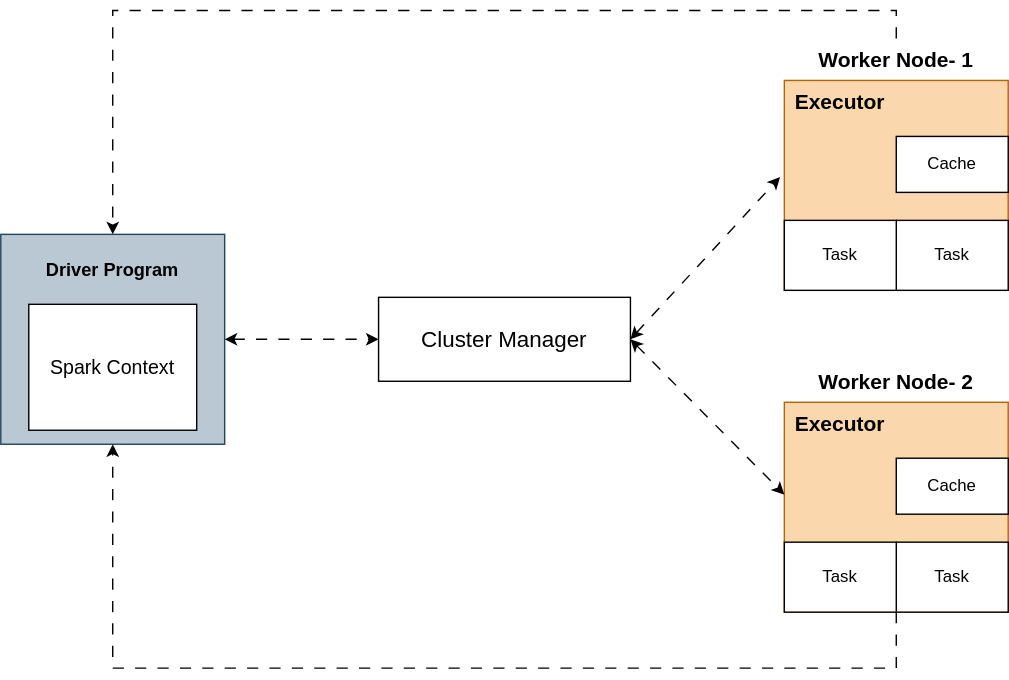
nakibworkspace/AS-Lab-01 keeps this draw.io diagram as image/image1.svg. Above is the earlier version. Source tidied: cells renumbered, new cells last; positions are measured from the earlier drawing's top-left corner, leaving out a move shared by most shapes.
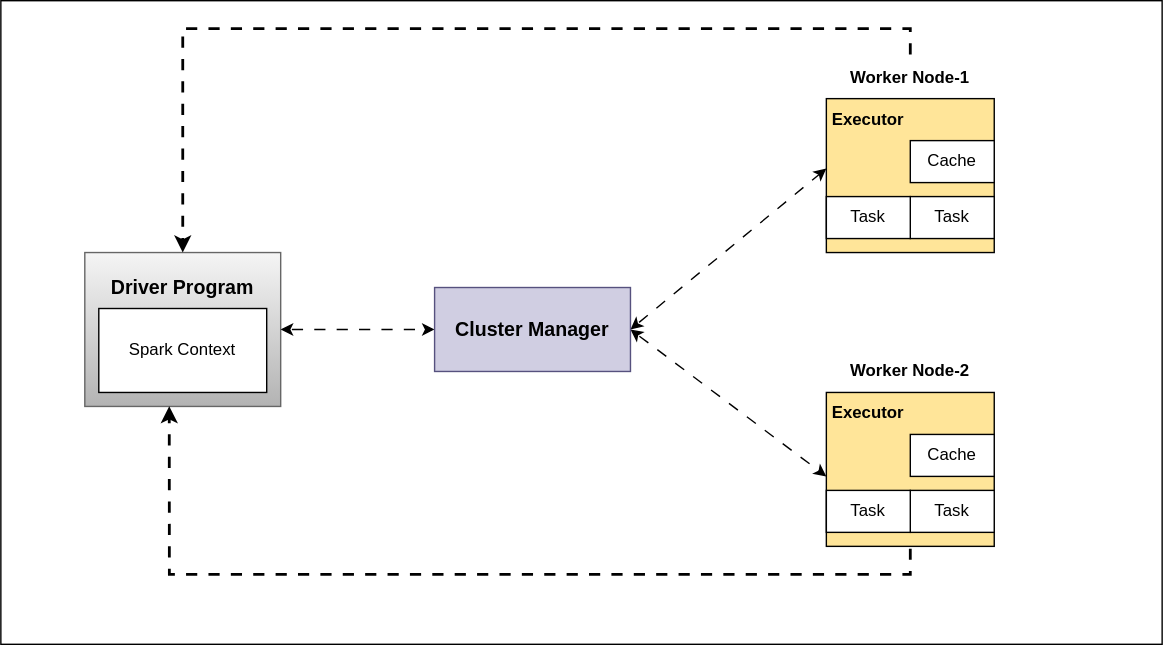
Later version of the same file.

Change to the diagram source:
```diff
@@ -2,87 +2,88 @@
   <root>
     <mxCell id="0" />
     <mxCell id="1" parent="0" />
-    <mxCell id="2" style="rounded=0;whiteSpace=wrap;html=1;fillColor=#bac8d3;strokeColor=#23445d;" parent="1" vertex="1">
-      <mxGeometry y="160" width="160" height="150" as="geometry" />
-    </mxCell>
+    <mxCell id="25" style="rounded=0;whiteSpace=wrap;html=1;" parent="1" vertex="1">
+      <mxGeometry x="-40" width="830" height="460" as="geometry" />
+    </mxCell>
+    <mxCell id="26" style="rounded=0;whiteSpace=wrap;html=1;fillColor=#f5f5f5;strokeColor=#666666;gradientColor=#b3b3b3;" parent="1" vertex="1">
+      <mxGeometry x="20" y="180" width="140" height="110" as="geometry" />
+    </mxCell>
+    <mxCell id="27" style="rounded=0;whiteSpace=wrap;html=1;" parent="1" vertex="1">
+      <mxGeometry x="30" y="220" width="120" height="60" as="geometry" />
+    </mxCell>
+    <mxCell id="28" style="group;" parent="1" vertex="1">
+      <mxGeometry x="35" y="190" width="110" height="75" as="geometry" />
+    </mxCell>
+    <mxCell id="4" value="Driver Program" style="text;html=1;align=center;verticalAlign=middle;whiteSpace=wrap;rounded=0;fontStyle=1;fontSize=14;" parent="28" vertex="1">
+      <mxGeometry width="110" height="30" as="geometry" />
+    </mxCell>
-    <mxCell id="3" value="&lt;font style=&quot;font-size: 14px;&quot;&gt;Spark Context&lt;/font&gt;" style="rounded=0;whiteSpace=wrap;html=1;" parent="1" vertex="1">
-      <mxGeometry x="20" y="210" width="120" height="90" as="geometry" />
+    <mxCell id="3" value="Spark Context" style="text;html=1;align=center;verticalAlign=middle;whiteSpace=wrap;rounded=0;" parent="28" vertex="1">
+      <mxGeometry x="10" y="45" width="90" height="30" as="geometry" />
     </mxCell>
-    <mxCell id="4" value="&lt;font style=&quot;font-size: 13px;&quot;&gt;Driver Program&lt;/font&gt;" style="text;html=1;align=center;verticalAlign=middle;whiteSpace=wrap;rounded=0;fontStyle=1;" parent="1" vertex="1">
-      <mxGeometry x="30" y="170" width="100" height="30" as="geometry" />
-    </mxCell>
+    <mxCell id="29" style="endArrow=classic;startArrow=classic;html=1;rounded=0;exitX=1;exitY=0.5;exitDx=0;exitDy=0;entryX=0;entryY=0.5;entryDx=0;entryDy=0;flowAnimation=1;" parent="1" edge="1" source="26">
+      <mxGeometry relative="1" as="geometry">
+        <mxPoint x="270" y="235" as="targetPoint" />
+      </mxGeometry>
+    </mxCell>
+    <mxCell id="30" style="endArrow=classic;startArrow=classic;html=1;rounded=0;exitX=1;exitY=0.5;exitDx=0;exitDy=0;flowAnimation=1;" parent="1" edge="1">
+      <mxGeometry relative="1" as="geometry">
+        <mxPoint x="410" y="235" as="sourcePoint" />
+        <mxPoint x="550" y="340" as="targetPoint" />
+      </mxGeometry>
+    </mxCell>
+    <mxCell id="31" style="endArrow=classic;startArrow=classic;html=1;rounded=0;exitX=1;exitY=0.5;exitDx=0;exitDy=0;flowAnimation=1;" parent="1" edge="1">
+      <mxGeometry relative="1" as="geometry">
+        <mxPoint x="410" y="235" as="sourcePoint" />
+        <mxPoint x="550" y="120" as="targetPoint" />
+      </mxGeometry>
+    </mxCell>
+    <mxCell id="32" style="rounded=0;whiteSpace=wrap;html=1;fillColor=#FFE599;" parent="1" vertex="1">
+      <mxGeometry x="550" y="280" width="120" height="110" as="geometry" />
+    </mxCell>
+    <mxCell id="33" value="Task" style="rounded=0;whiteSpace=wrap;html=1;" parent="1" vertex="1">
+      <mxGeometry x="610" y="350" width="60" height="30" as="geometry" />
+    </mxCell>
+    <mxCell id="34" value="Executor" style="text;html=1;align=center;verticalAlign=middle;whiteSpace=wrap;rounded=0;fontStyle=1;" parent="1" vertex="1">
+      <mxGeometry x="550" y="280" width="60" height="30" as="geometry" />
+    </mxCell>
+    <mxCell id="35" value="Task" style="rounded=0;whiteSpace=wrap;html=1;" parent="1" vertex="1">
+      <mxGeometry x="550" y="350" width="60" height="30" as="geometry" />
+    </mxCell>
+    <mxCell id="36" value="Cache" style="rounded=0;whiteSpace=wrap;html=1;" parent="1" vertex="1">
+      <mxGeometry x="610" y="310" width="60" height="30" as="geometry" />
+    </mxCell>
+    <mxCell id="37" value="Worker Node-2" style="text;html=1;align=center;verticalAlign=middle;whiteSpace=wrap;rounded=0;fontStyle=1;" parent="1" vertex="1">
+      <mxGeometry x="550" y="250" width="120" height="30" as="geometry" />
+    </mxCell>
+    <mxCell id="38" style="group;" parent="1" vertex="1">
+      <mxGeometry x="550" y="70" width="120" height="110" as="geometry" />
+    </mxCell>
+    <mxCell id="39" style="rounded=0;whiteSpace=wrap;html=1;fillColor=#FFE599;" parent="38" vertex="1">
+      <mxGeometry width="120" height="110" as="geometry" />
+    </mxCell>
+    <mxCell id="40" value="Task" style="rounded=0;whiteSpace=wrap;html=1;" parent="38" vertex="1">
+      <mxGeometry x="60" y="70" width="60" height="30" as="geometry" />
+    </mxCell>
+    <mxCell id="41" value="Executor" style="text;html=1;align=center;verticalAlign=middle;whiteSpace=wrap;rounded=0;fontStyle=1;" parent="38" vertex="1">
+      <mxGeometry width="60" height="30" as="geometry" />
+    </mxCell>
+    <mxCell id="42" value="Task" style="rounded=0;whiteSpace=wrap;html=1;" parent="38" vertex="1">
+      <mxGeometry y="70" width="60" height="30" as="geometry" />
+    </mxCell>
+    <mxCell id="43" value="Cache" style="rounded=0;whiteSpace=wrap;html=1;" parent="38" vertex="1">
+      <mxGeometry x="60" y="30" width="60" height="30" as="geometry" />
+    </mxCell>
+    <mxCell id="44" style="edgeStyle=orthogonalEdgeStyle;rounded=0;jettySize=auto;html=1;exitX=0.5;exitY=0;exitDx=0;exitDy=0;entryX=0.5;entryY=0;entryDx=0;entryDy=0;flowAnimation=1;strokeWidth=2;" parent="1" edge="1" source="45" target="26">
+      <mxGeometry relative="1" as="geometry" />
+    </mxCell>
+    <mxCell id="45" value="Worker Node-1" style="text;html=1;align=center;verticalAlign=middle;whiteSpace=wrap;rounded=0;fontStyle=1;" parent="1" vertex="1">
+      <mxGeometry x="550" y="40" width="120" height="30" as="geometry" />
+    </mxCell>
-    <mxCell id="5" value="&lt;font style=&quot;font-size: 16px;&quot;&gt;Cluster Manager&lt;/font&gt;" style="rounded=0;whiteSpace=wrap;html=1;" parent="1" vertex="1">
-      <mxGeometry x="270" y="205" width="180" height="60" as="geometry" />
+    <mxCell id="5" value="&lt;b&gt;&lt;font style=&quot;font-size: 14px;&quot;&gt;Cluster Manager&lt;/font&gt;&lt;/b&gt;" style="rounded=0;whiteSpace=wrap;html=1;fillColor=#d0cee2;strokeColor=#56517e;" parent="1" vertex="1">
+      <mxGeometry x="270" y="205" width="140" height="60" as="geometry" />
     </mxCell>
-    <mxCell id="6" style="group;" parent="1" vertex="1">
-      <mxGeometry x="560" y="50" width="160" height="150" as="geometry" />
-    </mxCell>
-    <mxCell id="7" style="rounded=0;whiteSpace=wrap;html=1;fillColor=#fad7ac;strokeColor=#b46504;" parent="6" vertex="1">
-      <mxGeometry width="160" height="150" as="geometry" />
-    </mxCell>
-    <mxCell id="8" value="Task" style="rounded=0;whiteSpace=wrap;html=1;" parent="6" vertex="1">
-      <mxGeometry x="80" y="100" width="80" height="50" as="geometry" />
-    </mxCell>
-    <mxCell id="9" value="Task" style="rounded=0;whiteSpace=wrap;html=1;" parent="6" vertex="1">
-      <mxGeometry y="100" width="80" height="50" as="geometry" />
-    </mxCell>
-    <mxCell id="10" value="Cache" style="rounded=0;whiteSpace=wrap;html=1;" parent="6" vertex="1">
-      <mxGeometry x="80" y="40" width="80" height="40" as="geometry" />
-    </mxCell>
-    <mxCell id="11" value="&lt;b&gt;&lt;font style=&quot;font-size: 15px;&quot;&gt;Executor&lt;/font&gt;&lt;/b&gt;" style="text;html=1;align=center;verticalAlign=middle;whiteSpace=wrap;rounded=0;" parent="6" vertex="1">
-      <mxGeometry width="80" height="30" as="geometry" />
-    </mxCell>
-    <mxCell id="12" style="group;" parent="1" vertex="1">
-      <mxGeometry x="560" y="280" width="160" height="150" as="geometry" />
-    </mxCell>
-    <mxCell id="13" style="rounded=0;whiteSpace=wrap;html=1;fillColor=#fad7ac;strokeColor=#b46504;" parent="12" vertex="1">
-      <mxGeometry width="160" height="150" as="geometry" />
-    </mxCell>
-    <mxCell id="14" value="Task" style="rounded=0;whiteSpace=wrap;html=1;" parent="12" vertex="1">
-      <mxGeometry x="80" y="100" width="80" height="50" as="geometry" />
-    </mxCell>
-    <mxCell id="15" value="Task" style="rounded=0;whiteSpace=wrap;html=1;" parent="12" vertex="1">
-      <mxGeometry y="100" width="80" height="50" as="geometry" />
-    </mxCell>
-    <mxCell id="16" value="Cache" style="rounded=0;whiteSpace=wrap;html=1;" parent="12" vertex="1">
-      <mxGeometry x="80" y="40" width="80" height="40" as="geometry" />
-    </mxCell>
-    <mxCell id="17" value="&lt;b&gt;&lt;font style=&quot;font-size: 15px;&quot;&gt;Executor&lt;/font&gt;&lt;/b&gt;" style="text;html=1;align=center;verticalAlign=middle;whiteSpace=wrap;rounded=0;" parent="12" vertex="1">
-      <mxGeometry width="80" height="30" as="geometry" />
-    </mxCell>
-    <mxCell id="18" value="&lt;b&gt;&lt;font style=&quot;font-size: 15px;&quot;&gt;Worker Node- 1&lt;/font&gt;&lt;/b&gt;" style="text;html=1;align=center;verticalAlign=middle;whiteSpace=wrap;rounded=0;" parent="1" vertex="1">
-      <mxGeometry x="575" y="20" width="130" height="30" as="geometry" />
-    </mxCell>
-    <mxCell id="19" value="&lt;b&gt;&lt;font style=&quot;font-size: 15px;&quot;&gt;Worker Node- 2&lt;/font&gt;&lt;/b&gt;" style="text;html=1;align=center;verticalAlign=middle;whiteSpace=wrap;rounded=0;" parent="1" vertex="1">
-      <mxGeometry x="575" y="250" width="130" height="30" as="geometry" />
-    </mxCell>
-    <mxCell id="20" style="endArrow=classic;startArrow=classic;html=1;rounded=0;exitX=1;exitY=0.5;exitDx=0;exitDy=0;entryX=0;entryY=0.5;entryDx=0;entryDy=0;flowAnimation=1;" parent="1" edge="1" source="2" target="5">
-      <mxGeometry relative="1" as="geometry" />
-    </mxCell>
-    <mxCell id="21" style="endArrow=classic;startArrow=classic;html=1;rounded=0;entryX=-0.019;entryY=0.46;entryDx=0;entryDy=0;entryPerimeter=0;exitX=1;exitY=0.5;exitDx=0;exitDy=0;flowAnimation=1;" parent="1" edge="1" source="5" target="7">
-      <mxGeometry relative="1" as="geometry" />
-    </mxCell>
-    <mxCell id="22" style="endArrow=classic;startArrow=classic;html=1;rounded=0;entryX=-0.019;entryY=0.46;entryDx=0;entryDy=0;entryPerimeter=0;exitX=1;exitY=0.5;exitDx=0;exitDy=0;flowAnimation=1;" parent="1" edge="1" source="5">
-      <mxGeometry relative="1" as="geometry">
-        <mxPoint x="560" y="346" as="targetPoint" />
-      </mxGeometry>
-    </mxCell>
-    <mxCell id="23" style="endArrow=classic;html=1;rounded=0;entryX=0.5;entryY=0;entryDx=0;entryDy=0;exitX=0.5;exitY=0;exitDx=0;exitDy=0;flowAnimation=1;" parent="1" edge="1" source="18" target="2">
-      <mxGeometry relative="1" as="geometry">
-        <Array as="points">
-          <mxPoint x="640" />
-          <mxPoint x="80" />
-        </Array>
-      </mxGeometry>
-    </mxCell>
-    <mxCell id="24" style="endArrow=classic;html=1;rounded=0;entryX=0.5;entryY=0;entryDx=0;entryDy=0;exitX=1;exitY=1;exitDx=0;exitDy=0;flowAnimation=1;" parent="1" edge="1" source="15">
-      <mxGeometry relative="1" as="geometry">
-        <mxPoint x="80" y="310" as="targetPoint" />
-        <Array as="points">
-          <mxPoint x="640" y="470" />
-          <mxPoint x="80" y="470" />
-        </Array>
-      </mxGeometry>
-    </mxCell>
+    <mxCell id="46" style="edgeStyle=orthogonalEdgeStyle;rounded=0;jettySize=auto;html=1;exitX=0.5;exitY=1;exitDx=0;exitDy=0;entryX=0.145;entryY=0.63;entryDx=0;entryDy=0;entryPerimeter=0;flowAnimation=1;strokeWidth=2;" parent="1" edge="1" source="32" target="25">
+      <mxGeometry relative="1" as="geometry" />
+    </mxCell>
   </root>
 </mxGraphModel>
```
